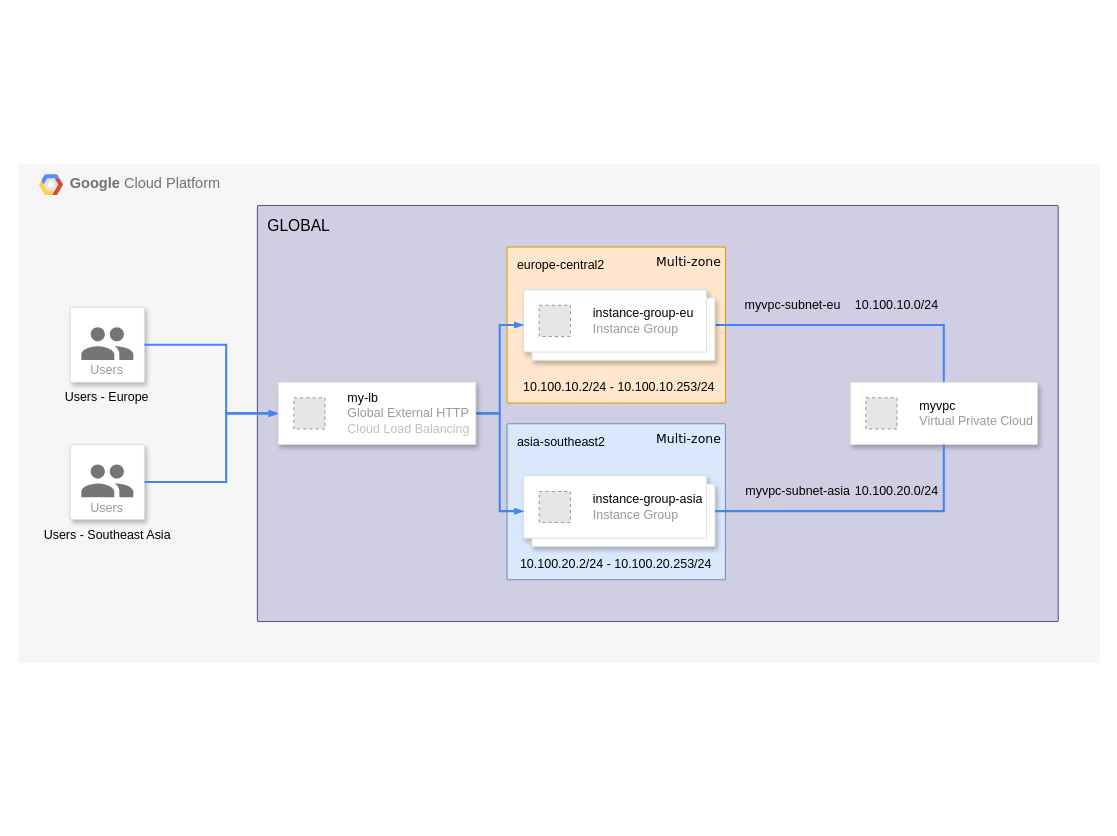
The draw.io diagram architecture.drawio in apirJS/terraform-vpc-lb-mig, before the edit. Source tidied: cells renumbered, new cells numbered last; positions are measured from the earlier drawing's top-left corner, leaving out a move shared by most shapes. Both pictures are drawn from the tidied source at 104%, with x=0, y=0 at pixel (18, 163). Pictures stored in the file or linked from it are replaced by grey dashed boxes.
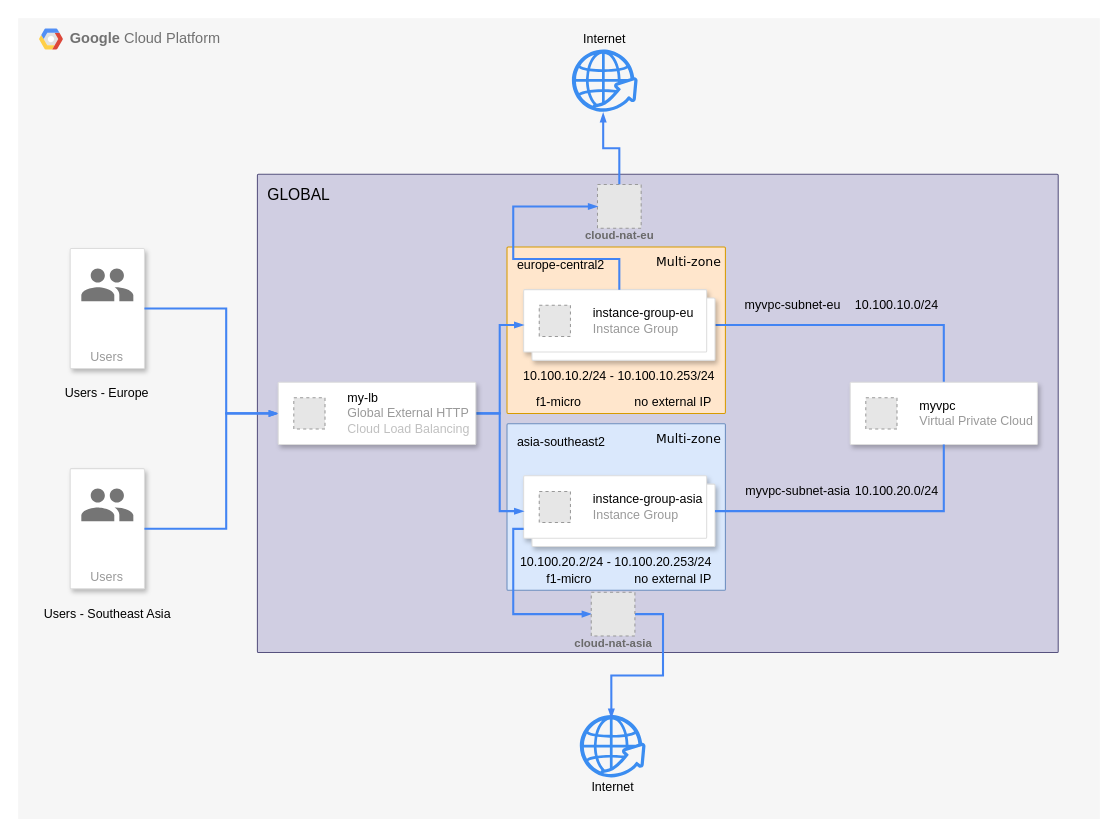
Above is the later version.

Commit message (it also covers changes not shown here):
feat: use Cloud NAT so VM's External IP Addresses can be ommited

Unchanged cells that the change refers to:
```xml
<mxCell id="17" style="shape=mxgraph.gcp2.doubleRect;strokeColor=#dddddd;shadow=1;strokeWidth=1;rounded=1;absoluteArcSize=1;arcSize=2;" parent="1" vertex="1">
  <mxGeometry x="486" y="121" width="184" height="68" as="geometry" />
</mxCell>
<mxCell id="19" style="shape=mxgraph.gcp2.doubleRect;strokeColor=#dddddd;shadow=1;strokeWidth=1;rounded=1;absoluteArcSize=1;arcSize=2;" parent="1" vertex="1">
  <mxGeometry x="486" y="300" width="184" height="68" as="geometry" />
</mxCell>
```

The edit, as a diff of the source:
```diff
@@
     <mxCell id="2" value="&lt;b&gt;Google &lt;/b&gt;Cloud Platform" style="fillColor=#F6F6F6;strokeColor=none;shadow=0;gradientColor=none;fontSize=14;align=left;spacing=10;fontColor=#717171;9E9E9E;verticalAlign=top;spacingTop=-4;fontStyle=0;spacingLeft=40;html=1;whiteSpace=wrap;" parent="1" vertex="1">
-      <mxGeometry width="1040" height="480" as="geometry" />
+      <mxGeometry y="-140" width="1040" height="770" as="geometry" />
     </mxCell>
@@
     <mxCell id="4" value="Users" style="strokeColor=#dddddd;shadow=1;strokeWidth=1;rounded=1;absoluteArcSize=1;arcSize=2;labelPosition=center;verticalLabelPosition=middle;align=center;verticalAlign=bottom;spacingLeft=0;fontColor=#999999;fontSize=12;whiteSpace=wrap;spacingBottom=2;html=1;" parent="2" vertex="1">
-      <mxGeometry x="50" y="138" width="71.4" height="72" as="geometry" />
+      <mxGeometry x="50" y="221.4" width="71.4" height="115.5" as="geometry" />
     </mxCell>
@@
     <mxCell id="6" value="Users" style="strokeColor=#dddddd;shadow=1;strokeWidth=1;rounded=1;absoluteArcSize=1;arcSize=2;labelPosition=center;verticalLabelPosition=middle;align=center;verticalAlign=bottom;spacingLeft=0;fontColor=#999999;fontSize=12;whiteSpace=wrap;spacingBottom=2;html=1;" parent="2" vertex="1">
-      <mxGeometry x="50" y="270" width="71.4" height="72" as="geometry" />
+      <mxGeometry x="50" y="433.1" width="71.4" height="115.5" as="geometry" />
     </mxCell>
@@
     <mxCell id="8" value="Users - Europe" style="text;html=1;align=center;verticalAlign=middle;whiteSpace=wrap;rounded=0;" parent="2" vertex="1">
-      <mxGeometry x="40.2" y="210" width="91" height="30" as="geometry" />
+      <mxGeometry x="40.2" y="336.9" width="91" height="48.1" as="geometry" />
     </mxCell>
     <mxCell id="9" value="Users - Southeast Asia" style="text;html=1;align=center;verticalAlign=middle;whiteSpace=wrap;rounded=0;" parent="2" vertex="1">
-      <mxGeometry x="15.7" y="342" width="140" height="30" as="geometry" />
+      <mxGeometry x="15.7" y="548.6" width="140" height="48.1" as="geometry" />
     </mxCell>
+    <mxCell id="35" style="sketch=0;html=1;strokeColor=none;shadow=0;fillColor=#3B8DF1;verticalAlign=top;labelPosition=center;verticalLabelPosition=bottom;shape=mxgraph.gcp2.globe_world;" parent="2" vertex="1">
+      <mxGeometry x="532.4" y="30" width="63.2" height="60" as="geometry" />
+    </mxCell>
+    <mxCell id="36" value="&lt;font style=&quot;color: light-dark(rgb(0, 0, 0), rgb(204, 204, 204));&quot;&gt;Internet&lt;/font&gt;" style="text;html=1;align=center;verticalAlign=middle;whiteSpace=wrap;rounded=0;fontColor=light-dark(#000000,#99FF99);" parent="2" vertex="1">
+      <mxGeometry x="474" y="10" width="180" height="20" as="geometry" />
+    </mxCell>
+    <mxCell id="37" style="sketch=0;html=1;strokeColor=none;shadow=0;fillColor=#3B8DF1;verticalAlign=top;labelPosition=center;verticalLabelPosition=bottom;shape=mxgraph.gcp2.globe_world;" parent="2" vertex="1">
+      <mxGeometry x="540" y="670" width="63.2" height="60" as="geometry" />
+    </mxCell>
+    <mxCell id="38" value="&lt;font style=&quot;color: light-dark(rgb(0, 0, 0), rgb(204, 204, 204));&quot;&gt;Internet&lt;/font&gt;" style="text;html=1;align=center;verticalAlign=middle;whiteSpace=wrap;rounded=0;fontColor=light-dark(#000000,#99FF99);" parent="2" vertex="1">
+      <mxGeometry x="481.6" y="730" width="180" height="20" as="geometry" />
+    </mxCell>
     <mxCell id="10" value="&lt;font style=&quot;font-size: 15px;&quot;&gt;GLOBAL&lt;/font&gt;" style="sketch=0;rounded=1;absoluteArcSize=1;arcSize=2;html=1;strokeColor=#56517e;shadow=0;dashed=0;fontSize=12;align=left;verticalAlign=top;spacing=10;spacingTop=-4;whiteSpace=wrap;fillColor=#d0cee2;" parent="1" vertex="1">
-      <mxGeometry x="230" y="40" width="770" height="400" as="geometry" />
+      <mxGeometry x="230" y="10" width="770" height="460" as="geometry" />
     </mxCell>
     <mxCell id="11" value="asia-southeast2" style="sketch=0;rounded=1;absoluteArcSize=1;arcSize=2;html=1;strokeColor=#6c8ebf;shadow=0;dashed=0;fontSize=12;align=left;verticalAlign=top;spacing=10;spacingTop=-4;whiteSpace=wrap;fillColor=#dae8fc;" parent="1" vertex="1">
-      <mxGeometry x="470" y="250" width="210" height="150" as="geometry" />
+      <mxGeometry x="470" y="250" width="210" height="160" as="geometry" />
     </mxCell>
     <mxCell id="12" value="europe-central2" style="sketch=0;rounded=1;absoluteArcSize=1;arcSize=2;html=1;strokeColor=#d79b00;shadow=0;dashed=0;fontSize=12;align=left;verticalAlign=top;spacing=10;spacingTop=-4;whiteSpace=wrap;fillColor=#ffe6cc;" parent="1" vertex="1">
-      <mxGeometry x="470" y="80" width="210" height="150" as="geometry" />
+      <mxGeometry x="470" y="80" width="210" height="160" as="geometry" />
     </mxCell>
@@
     <mxCell id="24" style="edgeStyle=orthogonalEdgeStyle;fontSize=12;html=1;endArrow=blockThin;endFill=1;rounded=0;strokeWidth=2;endSize=4;startSize=4;dashed=0;strokeColor=#4284F3;exitX=1;exitY=0.5;exitDx=0;exitDy=0;entryX=0;entryY=0.5;entryDx=0;entryDy=0;" parent="1" edge="1" source="6">
       <mxGeometry relative="1" as="geometry">
         <mxPoint x="250" y="240" as="targetPoint" />
         <Array as="points">
-          <mxPoint x="200" y="306" />
+          <mxPoint x="200" y="351" />
           <mxPoint x="200" y="240" />
         </Array>
       </mxGeometry>
     </mxCell>
@@
     <mxCell id="27" style="edgeStyle=orthogonalEdgeStyle;fontSize=12;html=1;endArrow=blockThin;endFill=1;rounded=0;strokeWidth=2;endSize=4;startSize=4;dashed=0;strokeColor=light-dark(#4284F3,#996500);exitX=1;exitY=0.5;exitDx=0;exitDy=0;entryX=0;entryY=0.5;entryDx=0;entryDy=0;" parent="1" edge="1" source="4">
       <mxGeometry relative="1" as="geometry">
         <mxPoint x="250" y="240" as="targetPoint" />
         <Array as="points">
-          <mxPoint x="200" y="174" />
+          <mxPoint x="200" y="139" />
           <mxPoint x="200" y="240" />
         </Array>
       </mxGeometry>
     </mxCell>
@@
     <mxCell id="30" value="10.100.10.2/24 - 10.100.10.253/24" style="text;html=1;align=center;verticalAlign=middle;whiteSpace=wrap;rounded=0;fontColor=light-dark(#000000,#99FF99);" parent="1" vertex="1">
-      <mxGeometry x="481" y="200" width="194" height="30" as="geometry" />
+      <mxGeometry x="481" y="189" width="194" height="30" as="geometry" />
     </mxCell>
     <mxCell id="31" value="10.100.20.2/24 - 10.100.20.253/24" style="text;html=1;align=center;verticalAlign=middle;whiteSpace=wrap;rounded=0;fontColor=light-dark(#000000,#99FF99);" parent="1" vertex="1">
-      <mxGeometry x="478" y="370" width="194" height="30" as="geometry" />
+      <mxGeometry x="478" y="368" width="194" height="30" as="geometry" />
     </mxCell>
@@
+    <mxCell id="39" value="&lt;font style=&quot;color: light-dark(rgb(0, 0, 0), rgb(204, 204, 204));&quot;&gt;no external IP&lt;/font&gt;" style="text;html=1;align=center;verticalAlign=middle;whiteSpace=wrap;rounded=0;fontColor=light-dark(#000000,#99FF99);" parent="1" vertex="1">
+      <mxGeometry x="540" y="219" width="180" height="20" as="geometry" />
+    </mxCell>
+    <mxCell id="40" value="&lt;font style=&quot;color: light-dark(rgb(0, 0, 0), rgb(204, 204, 204));&quot;&gt;no external IP&lt;/font&gt;" style="text;html=1;align=center;verticalAlign=middle;whiteSpace=wrap;rounded=0;fontColor=light-dark(#000000,#99FF99);" parent="1" vertex="1">
+      <mxGeometry x="540" y="390" width="180" height="20" as="geometry" />
+    </mxCell>
+    <mxCell id="41" style="edgeStyle=orthogonalEdgeStyle;fontSize=12;html=1;endArrow=blockThin;endFill=1;rounded=0;strokeWidth=2;endSize=4;startSize=4;dashed=0;strokeColor=#4284F3;entryX=0.476;entryY=1.019;entryDx=0;entryDy=0;entryPerimeter=0;exitX=0.5;exitY=0;exitDx=0;exitDy=0;" parent="1" edge="1" source="44" target="35">
+      <mxGeometry relative="1" as="geometry" />
+    </mxCell>
+    <mxCell id="42" style="edgeStyle=orthogonalEdgeStyle;fontSize=12;html=1;endArrow=blockThin;endFill=1;rounded=0;strokeWidth=2;endSize=4;startSize=4;dashed=0;strokeColor=#4284F3;entryX=0.48;entryY=0.05;entryDx=0;entryDy=0;entryPerimeter=0;exitX=1;exitY=0.5;exitDx=0;exitDy=0;" parent="1" edge="1" source="46" target="37">
+      <mxGeometry relative="1" as="geometry">
+        <Array as="points">
+          <mxPoint x="620" y="433" />
+          <mxPoint x="620" y="492" />
+          <mxPoint x="570" y="492" />
+        </Array>
+      </mxGeometry>
+    </mxCell>
+    <mxCell id="43" style="edgeStyle=orthogonalEdgeStyle;fontSize=12;html=1;endArrow=blockThin;endFill=1;rounded=0;strokeWidth=2;endSize=4;startSize=4;dashed=0;strokeColor=#4284F3;exitX=0;exitY=0.75;exitDx=0;exitDy=0;entryX=0;entryY=0.5;entryDx=0;entryDy=0;" parent="1" edge="1" source="19" target="46">
+      <mxGeometry relative="1" as="geometry" />
+    </mxCell>
+    <mxCell id="44" value="&lt;span style=&quot;color: rgb(106, 106, 106);&quot;&gt;cloud-nat-eu&lt;/span&gt;" style="fillColor=#E6E6E6;strokeColor=#999999;dashed=1;html=1;verticalAlign=top;labelPosition=center;verticalLabelPosition=bottom;align=center;spacingTop=-6;fontSize=11;fontStyle=1;fontColor=#999999;" parent="1" vertex="1">
+      <mxGeometry x="557" y="20" width="42" height="42" as="geometry" />
+    </mxCell>
+    <mxCell id="45" style="edgeStyle=orthogonalEdgeStyle;fontSize=12;html=1;endArrow=blockThin;endFill=1;rounded=0;strokeWidth=2;endSize=4;startSize=4;dashed=0;strokeColor=#4284F3;exitX=0.5;exitY=0;exitDx=0;exitDy=0;entryX=0;entryY=0.5;entryDx=0;entryDy=0;" parent="1" edge="1" source="17" target="44">
+      <mxGeometry relative="1" as="geometry" />
+    </mxCell>
+    <mxCell id="46" value="&lt;span style=&quot;color: rgb(106, 106, 106);&quot;&gt;cloud-nat-asia&lt;/span&gt;" style="fillColor=#E6E6E6;strokeColor=#999999;dashed=1;html=1;verticalAlign=top;labelPosition=center;verticalLabelPosition=bottom;align=center;spacingTop=-6;fontSize=11;fontStyle=1;fontColor=#999999;" parent="1" vertex="1">
+      <mxGeometry x="551" y="412" width="42" height="42" as="geometry" />
+    </mxCell>
+    <mxCell id="47" value="&lt;font style=&quot;color: light-dark(rgb(0, 0, 0), rgb(204, 204, 204));&quot;&gt;f1-micro&lt;/font&gt;" style="text;html=1;align=center;verticalAlign=middle;whiteSpace=wrap;rounded=0;fontColor=light-dark(#000000,#99FF99);" parent="1" vertex="1">
+      <mxGeometry x="430" y="219" width="180" height="20" as="geometry" />
+    </mxCell>
+    <mxCell id="48" value="&lt;font style=&quot;color: light-dark(rgb(0, 0, 0), rgb(204, 204, 204));&quot;&gt;f1-micro&lt;/font&gt;" style="text;html=1;align=center;verticalAlign=middle;whiteSpace=wrap;rounded=0;fontColor=light-dark(#000000,#99FF99);" parent="1" vertex="1">
+      <mxGeometry x="440" y="390" width="180" height="20" as="geometry" />
+    </mxCell>
```
